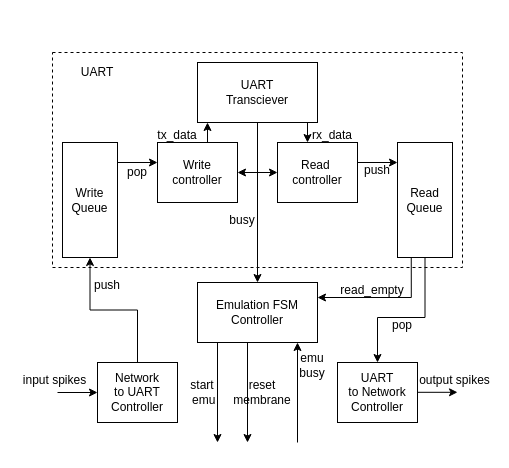
This is uart_architecture.drawio from AurelieSa/draw_io, a draw.io file, before an edit. Source tidied: cells renumbered, new cells numbered last; positions are measured from the earlier drawing's top-left corner, leaving out a move shared by most shapes. Both pictures are drawn from the tidied source at 100%, with x=0, y=0 at pixel (17, 52).
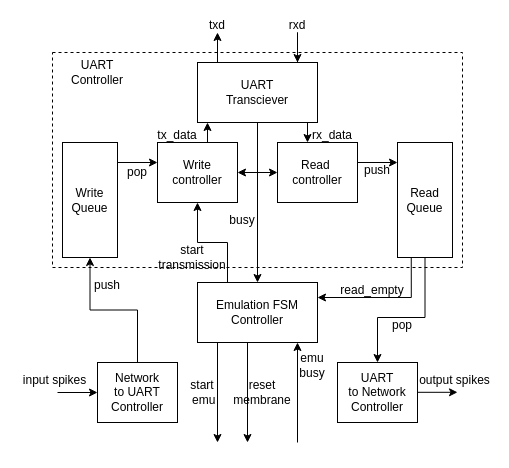
The same page after the edit.

Unchanged cells that the change refers to:
```xml
<mxCell id="7" value="&lt;div&gt;Write&lt;/div&gt;&lt;div&gt;controller&lt;/div&gt;" style="rounded=0;whiteSpace=wrap;html=1;" parent="1" vertex="1">
  <mxGeometry x="140" y="90" width="80" height="60" as="geometry" />
</mxCell>
<mxCell id="21" value="Emulation FSM Controller" style="rounded=0;whiteSpace=wrap;html=1;" parent="1" vertex="1">
  <mxGeometry x="180" y="230" width="120" height="60" as="geometry" />
</mxCell>
```

What changed in the source:
```diff
@@
-    <mxCell id="16" value="UART" style="text;html=1;align=center;verticalAlign=middle;whiteSpace=wrap;rounded=0;" parent="1" vertex="1">
+    <mxCell id="16" value="&lt;div&gt;UART&lt;/div&gt;Controller" style="text;html=1;align=center;verticalAlign=middle;whiteSpace=wrap;rounded=0;" parent="1" vertex="1">
       <mxGeometry x="50" y="5" width="60" height="30" as="geometry" />
     </mxCell>
@@
+    <mxCell id="40" style="edgeStyle=orthogonalEdgeStyle;rounded=0;jettySize=auto;html=1;exitX=0.25;exitY=0;exitDx=0;exitDy=0;entryX=0.5;entryY=1;entryDx=0;entryDy=0;" parent="1" edge="1" source="21" target="7">
+      <mxGeometry relative="1" as="geometry" />
+    </mxCell>
@@
+    <mxCell id="39" style="rounded=0;whiteSpace=wrap;html=1;fillColor=none;dashed=1;" parent="1" vertex="1">
+      <mxGeometry x="35" width="410" height="215" as="geometry" />
+    </mxCell>
@@
-    <mxCell id="39" style="rounded=0;whiteSpace=wrap;html=1;fillColor=none;dashed=1;" parent="1" vertex="1">
-      <mxGeometry x="35" width="410" height="215" as="geometry" />
-    </mxCell>
+    <mxCell id="41" style="endArrow=classic;html=1;rounded=0;" parent="1" edge="1">
+      <mxGeometry relative="1" as="geometry">
+        <mxPoint x="200" y="10" as="sourcePoint" />
+        <mxPoint x="200" y="-20" as="targetPoint" />
+      </mxGeometry>
+    </mxCell>
+    <mxCell id="42" style="endArrow=classic;html=1;rounded=0;" parent="1" edge="1">
+      <mxGeometry relative="1" as="geometry">
+        <mxPoint x="280" y="10" as="sourcePoint" />
+        <mxPoint x="280" y="10" as="targetPoint" />
+        <Array as="points">
+          <mxPoint x="280" y="-20" />
+        </Array>
+      </mxGeometry>
+    </mxCell>
+    <mxCell id="43" value="txd" style="text;html=1;align=center;verticalAlign=middle;whiteSpace=wrap;rounded=0;" parent="1" vertex="1">
+      <mxGeometry x="185" y="-35" width="30" height="15" as="geometry" />
+    </mxCell>
+    <mxCell id="44" value="rxd" style="text;html=1;align=center;verticalAlign=middle;whiteSpace=wrap;rounded=0;" parent="1" vertex="1">
+      <mxGeometry x="265" y="-35" width="30" height="15" as="geometry" />
+    </mxCell>
+    <mxCell id="45" value="start transmission" style="text;html=1;align=center;verticalAlign=middle;whiteSpace=wrap;rounded=0;" parent="1" vertex="1">
+      <mxGeometry x="160" y="195" width="30" height="20" as="geometry" />
+    </mxCell>
```
